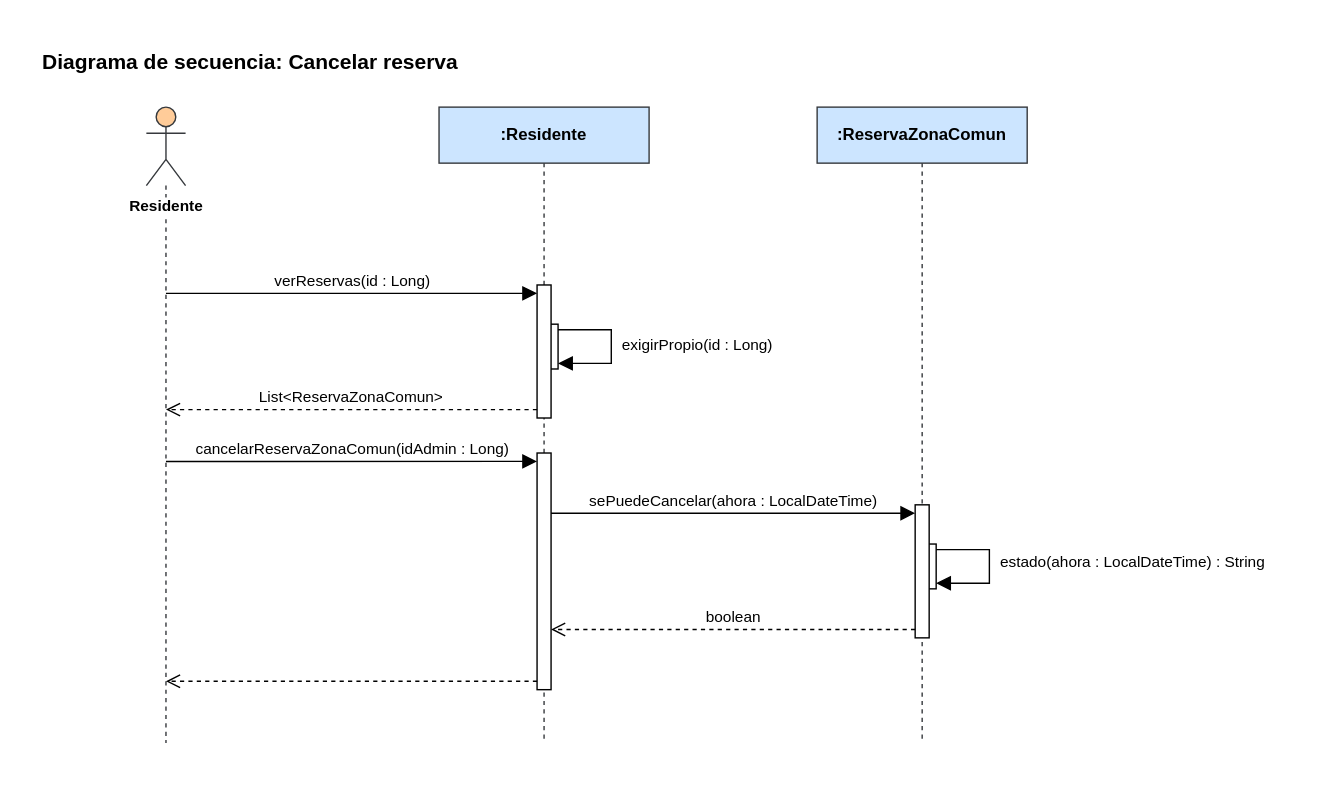
This is Diagramas/Secuencia/cancelar-reserva.svg from manuel20051208/HorizontalSoftware-Back-End, a draw.io export, as it was before one commit. Source tidied: cells renumbered, new cells last; positions are measured from the earlier drawing's top-left corner, leaving out a move shared by most shapes.
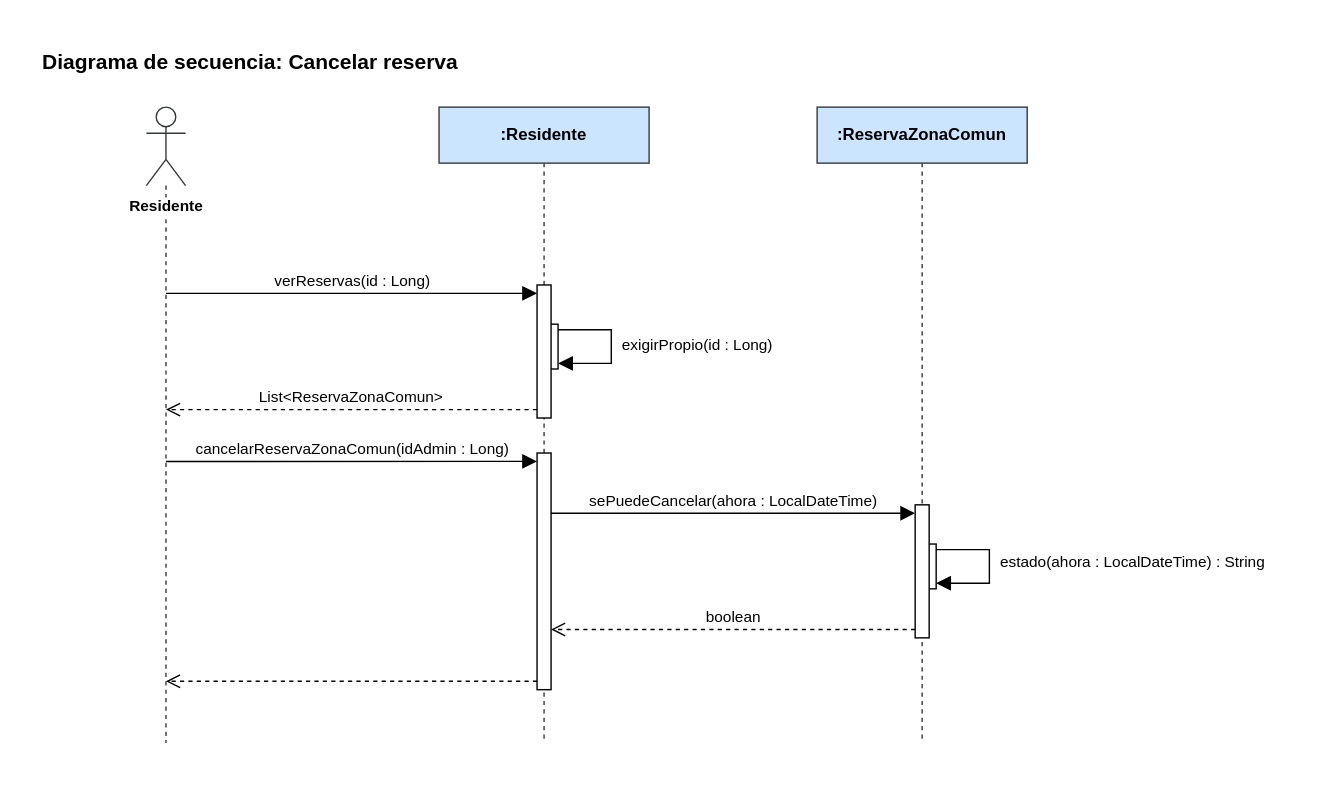
The same file after the commit.

The edit, as a diff of the source:
```diff
@@ -5,7 +5,7 @@
     <mxCell id="2" value="&lt;b&gt;Diagrama de secuencia: Cancelar reserva&lt;/b&gt;" style="text;html=1;align=left;verticalAlign=top;whiteSpace=wrap;fontSize=15;" parent="1" vertex="1">
       <mxGeometry width="819" height="26" as="geometry" />
     </mxCell>
-    <mxCell id="3" value="Residente" style="shape=umlLifeline;participant=umlActor;perimeter=lifelinePerimeter;whiteSpace=nowrap;html=1;outlineConnect=0;portConstraint=eastwest;size=56;verticalAlign=top;spacingTop=58;labelBackgroundColor=#ffffff;fontStyle=1;fontSize=11;fillColor=#ffcc99;strokeColor=#36393d;" parent="1" vertex="1">
+    <mxCell id="3" value="Residente" style="shape=umlLifeline;participant=umlActor;perimeter=lifelinePerimeter;whiteSpace=nowrap;html=1;outlineConnect=0;portConstraint=eastwest;size=56;verticalAlign=top;spacingTop=58;labelBackgroundColor=#ffffff;fontStyle=1;fontSize=11;fillColor=#ffffff;strokeColor=#36393d;" parent="1" vertex="1">
       <mxGeometry x="76" y="48" width="28" height="454" as="geometry" />
     </mxCell>
     <mxCell id="4" value=":Residente" style="shape=umlLifeline;perimeter=lifelinePerimeter;whiteSpace=wrap;html=1;fillColor=#cce5ff;strokeColor=#36393d;fontStyle=1;fontSize=12;" parent="1" vertex="1">
```
